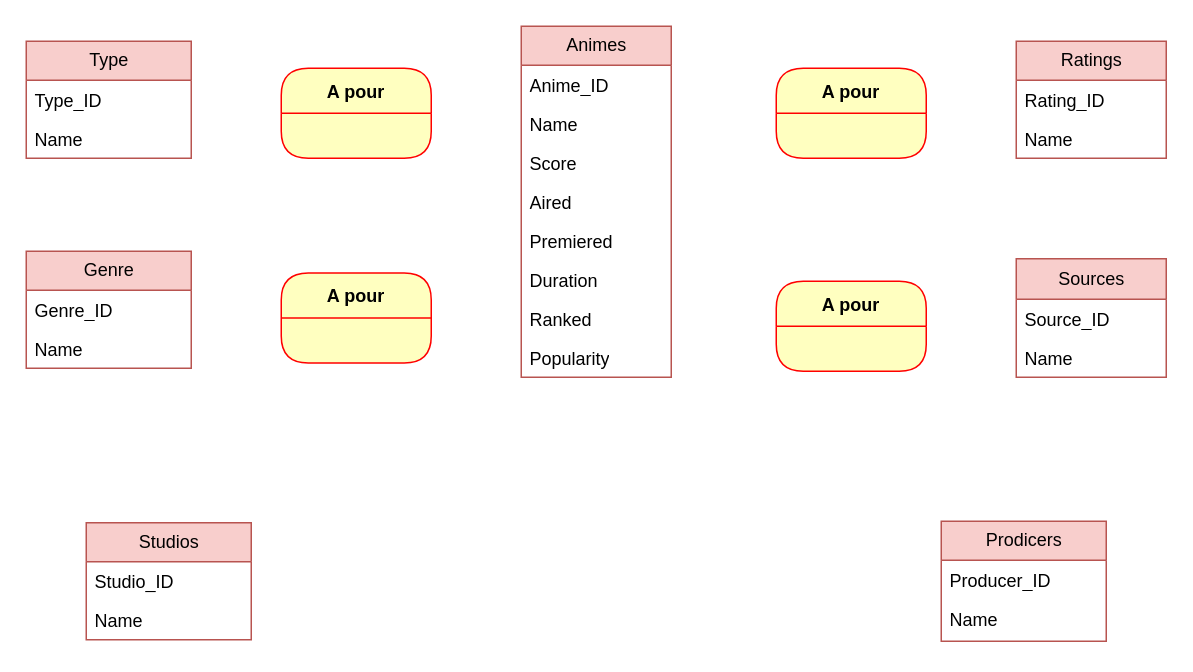
The draw.io diagram animes_bd/animes.drawio in kkherrazi/postgresql_psycopg2, before the edit. Source tidied: cells renumbered, new cells numbered last; positions are measured from the earlier drawing's top-left corner, leaving out a move shared by most shapes. Both pictures are drawn from the tidied source at 150%, with x=0, y=0 at pixel (26, 26).
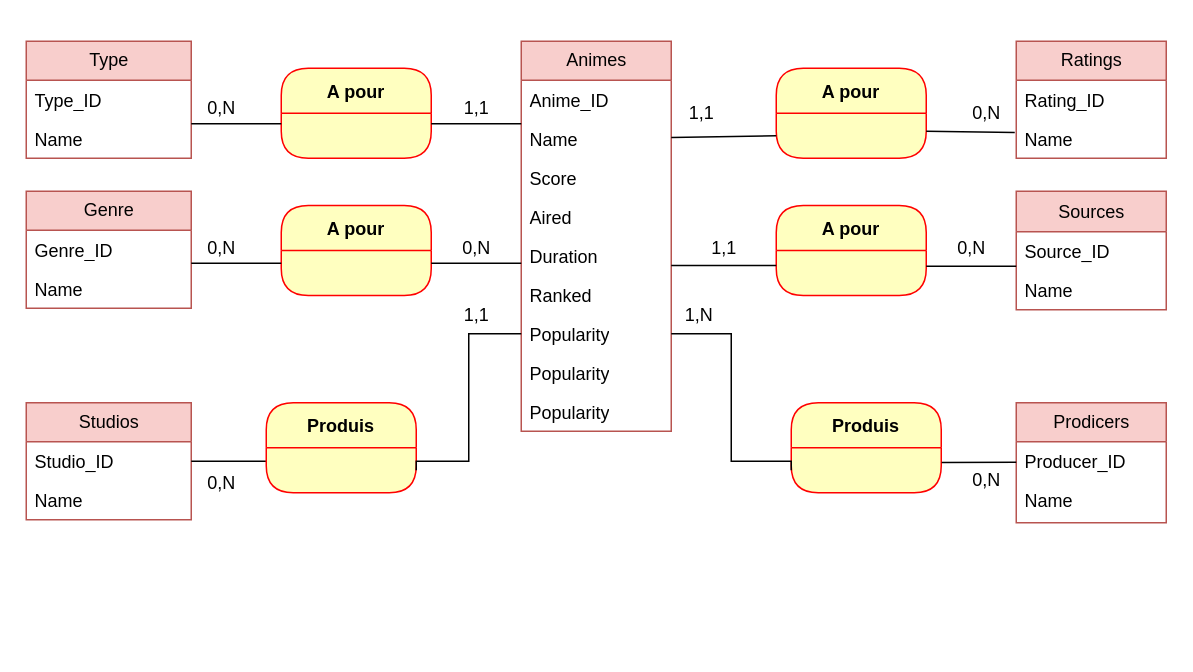
The same diagram, later.

Commit message:
Mettre à jour animes.drawio

The change refers to these unchanged cells:
```xml
<mxCell id="4" value="Name" style="text;strokeColor=none;fillColor=none;align=left;verticalAlign=top;spacingLeft=4;spacingRight=4;overflow=hidden;points=[[0,0.5],[1,0.5]];portConstraint=eastwest;whiteSpace=wrap;html=1;" parent="2" vertex="1">
  <mxGeometry y="52" width="100" height="26" as="geometry" />
</mxCell>
<mxCell id="21" value="Studio_ID" style="text;strokeColor=none;fillColor=none;align=left;verticalAlign=top;spacingLeft=4;spacingRight=4;overflow=hidden;points=[[0,0.5],[1,0.5]];portConstraint=eastwest;whiteSpace=wrap;html=1;" parent="20" vertex="1">
  <mxGeometry y="26" width="110" height="26" as="geometry" />
</mxCell>
<mxCell id="28" value="Name" style="text;strokeColor=none;fillColor=none;align=left;verticalAlign=top;spacingLeft=4;spacingRight=4;overflow=hidden;points=[[0,0.5],[1,0.5]];portConstraint=eastwest;whiteSpace=wrap;html=1;" parent="26" vertex="1">
  <mxGeometry y="52" width="100" height="26" as="geometry" />
</mxCell>
<mxCell id="29" value="A pour" style="swimlane;fontStyle=1;align=center;verticalAlign=middle;horizontal=1;startSize=30;fontColor=#000000;rounded=1;arcSize=20;strokeColor=#ff0000;fillColor=#ffffc0;swimlaneFillColor=#ffffc0;" parent="1" vertex="1">
  <mxGeometry x="500" y="28" width="100" height="60" as="geometry" />
</mxCell>
```

The edit, as a diff of the source:
```diff
@@
     <mxCell id="2" value="Animes" style="swimlane;fontStyle=0;horizontal=1;startSize=26;fillColor=#f8cecc;html=1;fillStyle=solid;strokeColor=#b85450;" parent="1" vertex="1">
-      <mxGeometry x="330" width="100" height="234" as="geometry" />
+      <mxGeometry x="330" y="10" width="100" height="260" as="geometry" />
     </mxCell>
@@
-    <mxCell id="7" value="Premiered" style="text;strokeColor=none;fillColor=none;align=left;verticalAlign=top;spacingLeft=4;spacingRight=4;overflow=hidden;whiteSpace=wrap;html=1;" parent="2" vertex="1">
-      <mxGeometry y="130" width="100" height="26" as="geometry" />
-    </mxCell>
     <mxCell id="8" value="Duration" style="text;strokeColor=none;fillColor=none;align=left;verticalAlign=top;spacingLeft=4;spacingRight=4;overflow=hidden;whiteSpace=wrap;html=1;" parent="2" vertex="1">
-      <mxGeometry y="156" width="100" height="26" as="geometry" />
+      <mxGeometry y="130" width="100" height="26" as="geometry" />
     </mxCell>
     <mxCell id="9" value="Ranked" style="text;strokeColor=none;fillColor=none;align=left;verticalAlign=top;spacingLeft=4;spacingRight=4;overflow=hidden;whiteSpace=wrap;html=1;" parent="2" vertex="1">
-      <mxGeometry y="182" width="100" height="26" as="geometry" />
+      <mxGeometry y="156" width="100" height="26" as="geometry" />
     </mxCell>
+    <mxCell id="33" value="Popularity" style="text;strokeColor=none;fillColor=none;align=left;verticalAlign=top;spacingLeft=4;spacingRight=4;overflow=hidden;points=[[0,0.5],[1,0.5]];portConstraint=eastwest;whiteSpace=wrap;html=1;" parent="2" vertex="1">
+      <mxGeometry y="182" width="100" height="26" as="geometry" />
+    </mxCell>
+    <mxCell id="34" value="Popularity" style="text;strokeColor=none;fillColor=none;align=left;verticalAlign=top;spacingLeft=4;spacingRight=4;overflow=hidden;whiteSpace=wrap;html=1;" parent="2" vertex="1">
+      <mxGeometry y="208" width="100" height="26" as="geometry" />
+    </mxCell>
     <mxCell id="10" value="Popularity" style="text;strokeColor=none;fillColor=none;align=left;verticalAlign=top;spacingLeft=4;spacingRight=4;overflow=hidden;whiteSpace=wrap;html=1;" parent="2" vertex="1">
-      <mxGeometry y="208" width="100" height="26" as="geometry" />
+      <mxGeometry y="234" width="100" height="26" as="geometry" />
     </mxCell>
     <mxCell id="11" value="Genre" style="swimlane;fontStyle=0;horizontal=1;startSize=26;fillColor=#f8cecc;html=1;strokeColor=#b85450;" parent="1" vertex="1">
-      <mxGeometry y="150" width="110" height="78" as="geometry" />
+      <mxGeometry y="110" width="110" height="78" as="geometry" />
     </mxCell>
@@
     <mxCell id="17" value="Prodicers" style="swimlane;fontStyle=0;horizontal=1;startSize=26;fillColor=#f8cecc;html=1;strokeColor=#b85450;" parent="1" vertex="1">
-      <mxGeometry x="610" y="330" width="110" height="80" as="geometry" />
+      <mxGeometry x="660" y="251" width="100" height="80" as="geometry" />
     </mxCell>
     <mxCell id="18" value="Producer_ID" style="text;strokeColor=none;fillColor=none;align=left;verticalAlign=top;spacingLeft=4;spacingRight=4;overflow=hidden;whiteSpace=wrap;html=1;" parent="17" vertex="1">
-      <mxGeometry y="26" width="110" height="26" as="geometry" />
+      <mxGeometry y="26" width="100" height="26" as="geometry" />
     </mxCell>
     <mxCell id="19" value="Name" style="text;strokeColor=none;fillColor=none;align=left;verticalAlign=top;spacingLeft=4;spacingRight=4;overflow=hidden;whiteSpace=wrap;html=1;" parent="17" vertex="1">
-      <mxGeometry y="52" width="110" height="28" as="geometry" />
+      <mxGeometry y="52" width="100" height="28" as="geometry" />
     </mxCell>
     <mxCell id="20" value="Studios" style="swimlane;fontStyle=0;horizontal=1;startSize=26;fillColor=#f8cecc;html=1;strokeColor=#b85450;" parent="1" vertex="1">
-      <mxGeometry x="40" y="331" width="110" height="78" as="geometry" />
+      <mxGeometry y="251" width="110" height="78" as="geometry" />
     </mxCell>
@@
     <mxCell id="23" value="Sources" style="swimlane;fontStyle=0;horizontal=1;startSize=27;fillColor=#f8cecc;html=1;strokeColor=#b85450;" parent="1" vertex="1">
-      <mxGeometry x="660" y="155" width="100" height="79" as="geometry" />
+      <mxGeometry x="660" y="110" width="100" height="79" as="geometry" />
     </mxCell>
@@
     <mxCell id="31" value="A pour" style="swimlane;fontStyle=1;align=center;verticalAlign=middle;horizontal=1;startSize=30;fontColor=#000000;rounded=1;arcSize=20;strokeColor=#ff0000;fillColor=#ffffc0;swimlaneFillColor=#ffffc0;" parent="1" vertex="1">
-      <mxGeometry x="500" y="170" width="100" height="60" as="geometry" />
+      <mxGeometry x="500" y="119.5" width="100" height="60" as="geometry" />
     </mxCell>
     <mxCell id="32" value="A pour" style="swimlane;fontStyle=1;align=center;verticalAlign=middle;horizontal=1;startSize=30;fontColor=#000000;rounded=1;arcSize=20;strokeColor=#ff0000;fillColor=#ffffc0;swimlaneFillColor=#ffffc0;" parent="1" vertex="1">
-      <mxGeometry x="170" y="164.5" width="100" height="60" as="geometry" />
+      <mxGeometry x="170" y="119.5" width="100" height="60" as="geometry" />
     </mxCell>
+    <mxCell id="35" style="line;strokeWidth=1;html=1;perimeter=backbonePerimeter;" parent="1" vertex="1">
+      <mxGeometry x="110" y="60" width="60" height="10" as="geometry" />
+    </mxCell>
+    <mxCell id="36" style="line;strokeWidth=1;html=1;perimeter=backbonePerimeter;" parent="1" vertex="1">
+      <mxGeometry x="270" y="60" width="60" height="10" as="geometry" />
+    </mxCell>
+    <mxCell id="37" style="line;strokeWidth=1;html=1;perimeter=backbonePerimeter;" parent="1" vertex="1">
+      <mxGeometry x="430" y="154.5" width="70" height="10" as="geometry" />
+    </mxCell>
+    <mxCell id="38" style="line;strokeWidth=1;html=1;perimeter=backbonePerimeter;" parent="1" vertex="1">
+      <mxGeometry x="600" y="155" width="60" height="10" as="geometry" />
+    </mxCell>
+    <mxCell id="39" style="line;strokeWidth=1;html=1;perimeter=backbonePerimeter;" parent="1" vertex="1">
+      <mxGeometry x="270" y="153" width="60" height="10" as="geometry" />
+    </mxCell>
+    <mxCell id="40" style="line;strokeWidth=1;html=1;perimeter=backbonePerimeter;" parent="1" vertex="1">
+      <mxGeometry x="110" y="153" width="60" height="10" as="geometry" />
+    </mxCell>
+    <mxCell id="41" value="1,1" style="text;html=1;align=center;verticalAlign=middle;strokeColor=none;fillColor=none;" parent="1" vertex="1">
+      <mxGeometry x="445" y="133" width="40" height="30" as="geometry" />
+    </mxCell>
+    <mxCell id="42" value="0,N" style="text;html=1;align=center;verticalAlign=middle;strokeColor=none;fillColor=none;" parent="1" vertex="1">
+      <mxGeometry x="610" y="133" width="40" height="30" as="geometry" />
+    </mxCell>
+    <mxCell id="43" value="0,N" style="text;html=1;align=center;verticalAlign=middle;strokeColor=none;fillColor=none;" parent="1" vertex="1">
+      <mxGeometry x="110" y="133" width="40" height="30" as="geometry" />
+    </mxCell>
+    <mxCell id="44" value="0,N" style="text;html=1;align=center;verticalAlign=middle;strokeColor=none;fillColor=none;" parent="1" vertex="1">
+      <mxGeometry x="280" y="133" width="40" height="30" as="geometry" />
+    </mxCell>
+    <mxCell id="45" value="0,N" style="text;html=1;align=center;verticalAlign=middle;strokeColor=none;fillColor=none;" parent="1" vertex="1">
+      <mxGeometry x="620" y="43" width="40" height="30" as="geometry" />
+    </mxCell>
+    <mxCell id="46" value="0,N" style="text;html=1;align=center;verticalAlign=middle;strokeColor=none;fillColor=none;" parent="1" vertex="1">
+      <mxGeometry x="110" y="40" width="40" height="30" as="geometry" />
+    </mxCell>
+    <mxCell id="47" value="Produis" style="swimlane;fontStyle=1;align=center;verticalAlign=middle;horizontal=1;startSize=30;fontColor=#000000;rounded=1;arcSize=20;strokeColor=#ff0000;fillColor=#ffffc0;swimlaneFillColor=#ffffc0;" parent="1" vertex="1">
+      <mxGeometry x="510" y="251" width="100" height="60" as="geometry" />
+    </mxCell>
+    <mxCell id="48" style="rounded=0;jettySize=auto;html=1;entryX=1;entryY=0.5;entryDx=0;entryDy=0;endArrow=none;startFill=0;" parent="1" edge="1" target="21">
+      <mxGeometry relative="1" as="geometry">
+        <mxPoint x="160" y="290" as="sourcePoint" />
+      </mxGeometry>
+    </mxCell>
+    <mxCell id="49" value="Produis" style="swimlane;fontStyle=1;align=center;verticalAlign=middle;horizontal=1;startSize=30;fontColor=#000000;rounded=1;arcSize=20;strokeColor=#ff0000;fillColor=#ffffc0;swimlaneFillColor=#ffffc0;" parent="1" vertex="1">
+      <mxGeometry x="160" y="251" width="100" height="60" as="geometry" />
+    </mxCell>
+    <mxCell id="50" style="rounded=0;jettySize=auto;html=1;entryX=0;entryY=0.75;entryDx=0;entryDy=0;strokeWidth=1;endArrow=none;startFill=0;" parent="1" edge="1" source="4" target="29">
+      <mxGeometry relative="1" as="geometry" />
+    </mxCell>
+    <mxCell id="51" style="rounded=0;jettySize=auto;html=1;entryX=-0.01;entryY=0.34;entryDx=0;entryDy=0;entryPerimeter=0;endArrow=none;startFill=0;strokeWidth=1;" parent="1" edge="1" target="28">
+      <mxGeometry relative="1" as="geometry">
+        <mxPoint x="600" y="70" as="sourcePoint" />
+      </mxGeometry>
+    </mxCell>
+    <mxCell id="52" style="edgeStyle=orthogonalEdgeStyle;rounded=0;jettySize=auto;html=1;entryX=0;entryY=0.75;entryDx=0;entryDy=0;endArrow=none;startFill=0;" parent="1" edge="1" source="33" target="47">
+      <mxGeometry relative="1" as="geometry">
+        <Array as="points">
+          <mxPoint x="470" y="205" />
+          <mxPoint x="470" y="290" />
+          <mxPoint x="510" y="290" />
+        </Array>
+      </mxGeometry>
+    </mxCell>
+    <mxCell id="53" style="edgeStyle=orthogonalEdgeStyle;rounded=0;jettySize=auto;html=1;entryX=1;entryY=0.75;entryDx=0;entryDy=0;endArrow=none;startFill=0;" parent="1" edge="1" source="33" target="49">
+      <mxGeometry relative="1" as="geometry">
+        <Array as="points">
+          <mxPoint x="295" y="205" />
+          <mxPoint x="295" y="290" />
+          <mxPoint x="260" y="290" />
+        </Array>
+      </mxGeometry>
+    </mxCell>
+    <mxCell id="54" style="rounded=0;orthogonalLoop=1;jettySize=auto;html=1;entryX=-0.003;entryY=0.134;entryDx=0;entryDy=0;entryPerimeter=0;endArrow=none;startFill=0;" parent="1" edge="1">
+      <mxGeometry relative="1" as="geometry">
+        <mxPoint x="610.3" y="290.9" as="sourcePoint" />
+        <mxPoint x="660" y="290.7" as="targetPoint" />
+      </mxGeometry>
+    </mxCell>
+    <mxCell id="55" value="1,1" style="text;html=1;align=center;verticalAlign=middle;strokeColor=none;fillColor=none;" parent="1" vertex="1">
+      <mxGeometry x="280" y="40" width="40" height="30" as="geometry" />
+    </mxCell>
+    <mxCell id="56" value="1,1" style="text;html=1;align=center;verticalAlign=middle;strokeColor=none;fillColor=none;" parent="1" vertex="1">
+      <mxGeometry x="430" y="43" width="40" height="30" as="geometry" />
+    </mxCell>
+    <mxCell id="57" value="1,1" style="text;html=1;align=center;verticalAlign=middle;strokeColor=none;fillColor=none;" parent="1" vertex="1">
+      <mxGeometry x="280" y="178" width="40" height="30" as="geometry" />
+    </mxCell>
+    <mxCell id="58" value="0,N" style="text;html=1;align=center;verticalAlign=middle;strokeColor=none;fillColor=none;" parent="1" vertex="1">
+      <mxGeometry x="110" y="290" width="40" height="30" as="geometry" />
+    </mxCell>
+    <mxCell id="59" value="&amp;nbsp; 1,N" style="text;html=1;align=center;verticalAlign=middle;strokeColor=none;fillColor=none;" parent="1" vertex="1">
+      <mxGeometry x="420" y="178" width="50" height="30" as="geometry" />
+    </mxCell>
+    <mxCell id="60" value="0,N" style="text;html=1;align=center;verticalAlign=middle;strokeColor=none;fillColor=none;" parent="1" vertex="1">
+      <mxGeometry x="620" y="288" width="40" height="30" as="geometry" />
+    </mxCell>
```
